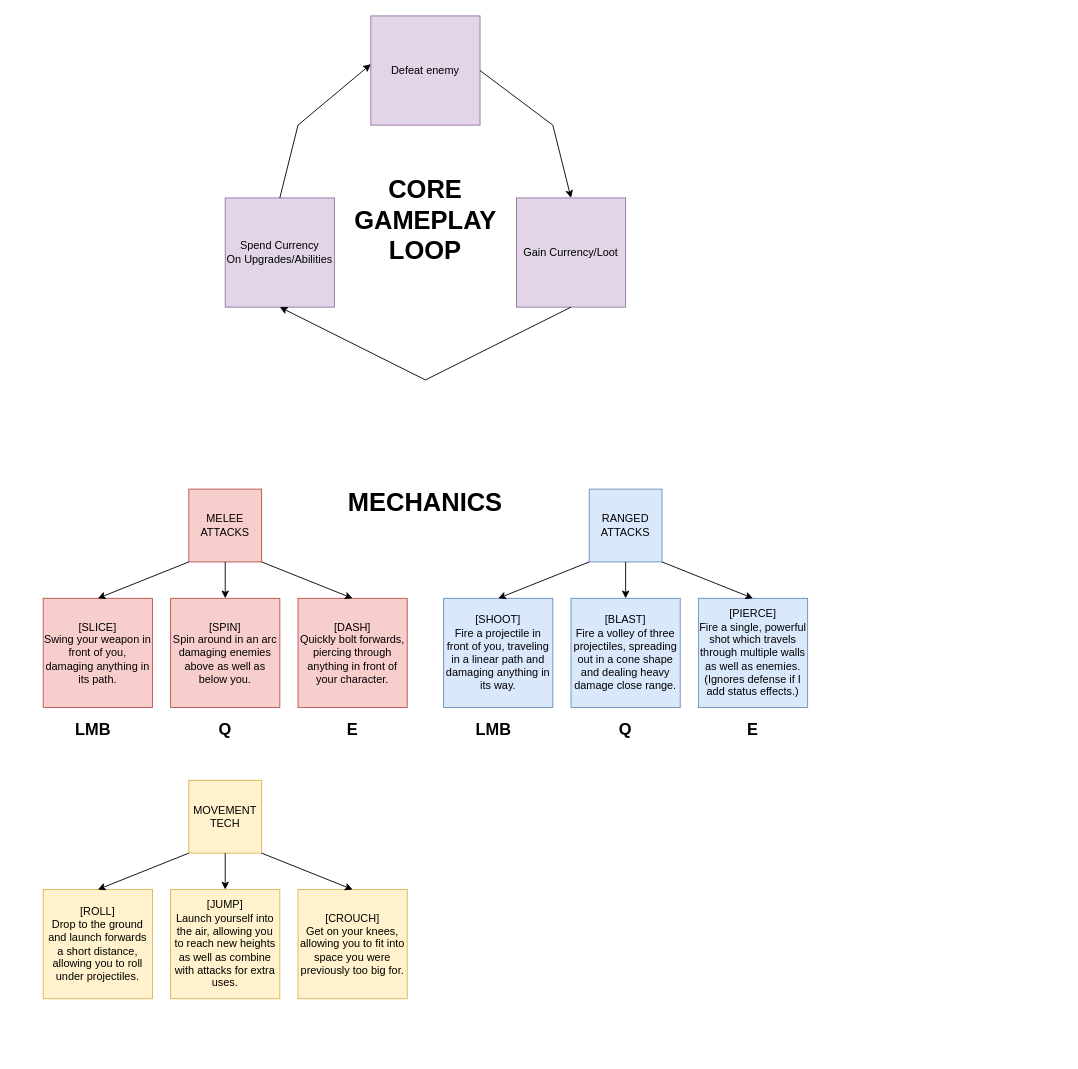
Earlier version of the draw.io diagram Gameplay.drawio (BenTGP2/OOP). Source tidied: cells renumbered, new cells numbered last; positions are measured from the earlier drawing's top-left corner, leaving out a move shared by most shapes. Both pictures are drawn from the tidied source at 91%, with x=0, y=0 at pixel (15, 15).
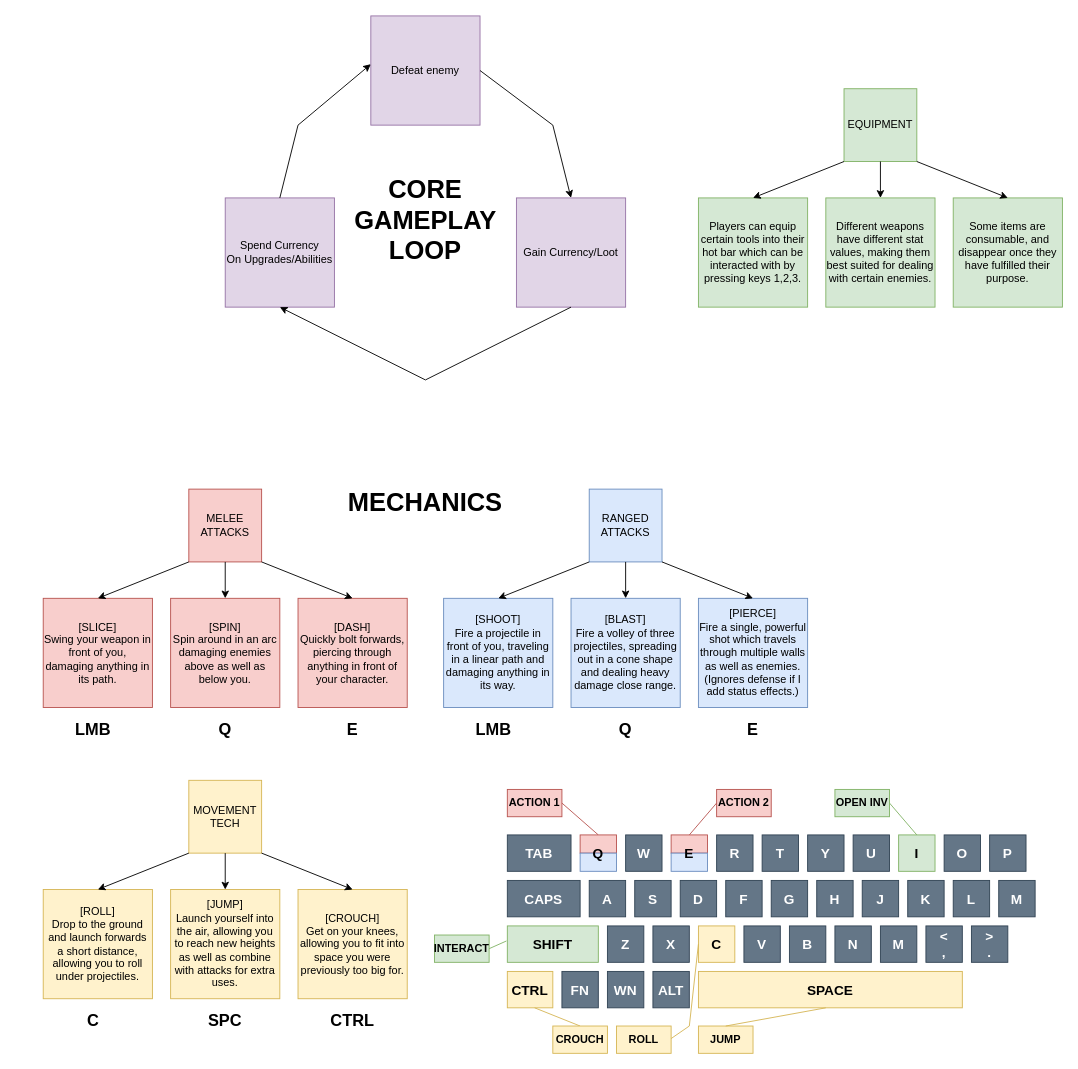
The same diagram, later.

What changed in the source:
```diff
@@
+    <mxCell id="37" value="EQUIPMENT" style="whiteSpace=wrap;html=1;fillColor=#d5e8d4;strokeColor=#82b366;" parent="1" vertex="1">
+      <mxGeometry x="910" y="80" width="80" height="80" as="geometry" />
+    </mxCell>
+    <mxCell id="38" value="Players can equip certain tools into their hot bar which can be interacted with by pressing keys 1,2,3." style="whiteSpace=wrap;html=1;fillColor=#d5e8d4;strokeColor=#82b366;" parent="1" vertex="1">
+      <mxGeometry x="750" y="200" width="120" height="120" as="geometry" />
+    </mxCell>
+    <mxCell id="39" style="endArrow=classic;html=1;rounded=0;exitX=0;exitY=1;exitDx=0;exitDy=0;entryX=0.5;entryY=0;entryDx=0;entryDy=0;" parent="1" edge="1" source="37" target="38">
+      <mxGeometry relative="1" as="geometry" />
+    </mxCell>
+    <mxCell id="40" value="Different weapons have different stat values, making them best suited for dealing with certain enemies." style="whiteSpace=wrap;html=1;fillColor=#d5e8d4;strokeColor=#82b366;" parent="1" vertex="1">
+      <mxGeometry x="890" y="200" width="120" height="120" as="geometry" />
+    </mxCell>
+    <mxCell id="41" value="Some items are consumable, and disappear once they have fulfilled their purpose." style="whiteSpace=wrap;html=1;fillColor=#d5e8d4;strokeColor=#82b366;" parent="1" vertex="1">
+      <mxGeometry x="1030" y="200" width="120" height="120" as="geometry" />
+    </mxCell>
+    <mxCell id="42" style="endArrow=classic;html=1;rounded=0;exitX=0.5;exitY=1;exitDx=0;exitDy=0;entryX=0.5;entryY=0;entryDx=0;entryDy=0;" parent="1" edge="1" source="37" target="40">
+      <mxGeometry relative="1" as="geometry" />
+    </mxCell>
+    <mxCell id="43" style="endArrow=classic;html=1;rounded=0;exitX=1;exitY=1;exitDx=0;exitDy=0;entryX=0.5;entryY=0;entryDx=0;entryDy=0;" parent="1" edge="1" source="37" target="41">
+      <mxGeometry relative="1" as="geometry" />
+    </mxCell>
+    <mxCell id="44" value="&lt;b&gt;&lt;font style=&quot;font-size: 18px;&quot;&gt;SPC&lt;/font&gt;&lt;/b&gt;" style="text;html=1;align=center;verticalAlign=middle;whiteSpace=wrap;rounded=0;" parent="1" vertex="1">
+      <mxGeometry x="155" y="1080" width="150" height="50" as="geometry" />
+    </mxCell>
+    <mxCell id="45" value="&lt;b&gt;&lt;font style=&quot;font-size: 18px;&quot;&gt;CTRL&lt;/font&gt;&lt;/b&gt;" style="text;html=1;align=center;verticalAlign=middle;whiteSpace=wrap;rounded=0;" parent="1" vertex="1">
+      <mxGeometry x="295" y="1080" width="150" height="50" as="geometry" />
+    </mxCell>
+    <mxCell id="46" value="&lt;b&gt;&lt;font style=&quot;font-size: 18px;&quot;&gt;C&lt;/font&gt;&lt;/b&gt;" style="text;html=1;align=center;verticalAlign=middle;whiteSpace=wrap;rounded=0;" parent="1" vertex="1">
+      <mxGeometry y="1080" width="170" height="50" as="geometry" />
+    </mxCell>
+    <mxCell id="47" value="&lt;font style=&quot;color: light-dark(rgb(255, 255, 255), rgb(237, 237, 237)); font-size: 15px;&quot;&gt;&lt;b style=&quot;&quot;&gt;W&lt;/b&gt;&lt;/font&gt;" style="rounded=0;whiteSpace=wrap;html=1;fillColor=#647687;fontColor=#ffffff;strokeColor=#314354;" parent="1" vertex="1">
+      <mxGeometry x="670" y="900" width="40" height="40" as="geometry" />
+    </mxCell>
+    <mxCell id="48" value="&lt;font style=&quot;color: light-dark(rgb(255, 255, 255), rgb(237, 237, 237)); font-size: 15px;&quot;&gt;&lt;b style=&quot;&quot;&gt;A&lt;/b&gt;&lt;/font&gt;" style="rounded=0;whiteSpace=wrap;html=1;fillColor=#647687;fontColor=#ffffff;strokeColor=#314354;" parent="1" vertex="1">
+      <mxGeometry x="630" y="950" width="40" height="40" as="geometry" />
+    </mxCell>
+    <mxCell id="49" value="&lt;font style=&quot;color: light-dark(rgb(255, 255, 255), rgb(237, 237, 237)); font-size: 15px;&quot;&gt;&lt;b style=&quot;&quot;&gt;S&lt;/b&gt;&lt;/font&gt;" style="rounded=0;whiteSpace=wrap;html=1;fillColor=#647687;fontColor=#ffffff;strokeColor=#314354;" parent="1" vertex="1">
+      <mxGeometry x="680" y="950" width="40" height="40" as="geometry" />
+    </mxCell>
+    <mxCell id="50" value="&lt;font style=&quot;color: light-dark(rgb(255, 255, 255), rgb(237, 237, 237)); font-size: 15px;&quot;&gt;&lt;b style=&quot;&quot;&gt;D&lt;/b&gt;&lt;/font&gt;" style="rounded=0;whiteSpace=wrap;html=1;fillColor=#647687;fontColor=#ffffff;strokeColor=#314354;" parent="1" vertex="1">
+      <mxGeometry x="730" y="950" width="40" height="40" as="geometry" />
+    </mxCell>
+    <mxCell id="51" value="&lt;font style=&quot;color: light-dark(rgb(255, 255, 255), rgb(237, 237, 237)); font-size: 15px;&quot;&gt;&lt;b style=&quot;&quot;&gt;Z&lt;/b&gt;&lt;/font&gt;" style="rounded=0;whiteSpace=wrap;html=1;fillColor=#647687;fontColor=#ffffff;strokeColor=#314354;" parent="1" vertex="1">
+      <mxGeometry x="650" y="1000" width="40" height="40" as="geometry" />
+    </mxCell>
+    <mxCell id="52" value="&lt;font style=&quot;color: light-dark(rgb(255, 255, 255), rgb(237, 237, 237)); font-size: 15px;&quot;&gt;&lt;b style=&quot;&quot;&gt;X&lt;/b&gt;&lt;/font&gt;" style="rounded=0;whiteSpace=wrap;html=1;fillColor=#647687;fontColor=#ffffff;strokeColor=#314354;" parent="1" vertex="1">
+      <mxGeometry x="700" y="1000" width="40" height="40" as="geometry" />
+    </mxCell>
+    <mxCell id="53" value="&lt;font style=&quot;font-size: 15px; color: light-dark(rgb(0, 0, 0), rgb(237, 237, 237));&quot;&gt;&lt;b style=&quot;&quot;&gt;C&lt;/b&gt;&lt;/font&gt;" style="rounded=0;whiteSpace=wrap;html=1;fillColor=#fff2cc;strokeColor=#d6b656;" parent="1" vertex="1">
+      <mxGeometry x="750" y="1000" width="40" height="40" as="geometry" />
+    </mxCell>
+    <mxCell id="54" value="&lt;span style=&quot;font-size: 15px;&quot;&gt;&lt;b&gt;SHIFT&lt;/b&gt;&lt;/span&gt;" style="rounded=0;whiteSpace=wrap;html=1;fillColor=#d5e8d4;strokeColor=#82b366;" parent="1" vertex="1">
+      <mxGeometry x="540" y="1000" width="100" height="40" as="geometry" />
+    </mxCell>
+    <mxCell id="55" value="&lt;font style=&quot;color: light-dark(rgb(255, 255, 255), rgb(237, 237, 237)); font-size: 15px;&quot;&gt;&lt;b style=&quot;&quot;&gt;CAPS&lt;/b&gt;&lt;/font&gt;" style="rounded=0;whiteSpace=wrap;html=1;fillColor=#647687;fontColor=#ffffff;strokeColor=#314354;" parent="1" vertex="1">
+      <mxGeometry x="540" y="950" width="80" height="40" as="geometry" />
+    </mxCell>
+    <mxCell id="56" value="&lt;font style=&quot;color: light-dark(rgb(255, 255, 255), rgb(237, 237, 237)); font-size: 15px;&quot;&gt;&lt;b style=&quot;&quot;&gt;TAB&lt;/b&gt;&lt;/font&gt;" style="rounded=0;whiteSpace=wrap;html=1;fillColor=#647687;fontColor=#ffffff;strokeColor=#314354;" parent="1" vertex="1">
+      <mxGeometry x="540" y="900" width="70" height="40" as="geometry" />
+    </mxCell>
+    <mxCell id="57" value="&lt;span style=&quot;font-size: 15px;&quot;&gt;&lt;b&gt;CTRL&lt;/b&gt;&lt;/span&gt;" style="rounded=0;whiteSpace=wrap;html=1;fillColor=#fff2cc;strokeColor=#d6b656;" parent="1" vertex="1">
+      <mxGeometry x="540" y="1050" width="50" height="40" as="geometry" />
+    </mxCell>
+    <mxCell id="58" value="&lt;span style=&quot;font-size: 15px;&quot;&gt;&lt;b&gt;FN&lt;/b&gt;&lt;/span&gt;" style="rounded=0;whiteSpace=wrap;html=1;fillColor=#647687;fontColor=#ffffff;strokeColor=#314354;" parent="1" vertex="1">
+      <mxGeometry x="600" y="1050" width="40" height="40" as="geometry" />
+    </mxCell>
+    <mxCell id="59" value="&lt;span style=&quot;font-size: 15px;&quot;&gt;&lt;b&gt;WN&lt;/b&gt;&lt;/span&gt;" style="rounded=0;whiteSpace=wrap;html=1;fillColor=#647687;fontColor=#ffffff;strokeColor=#314354;" parent="1" vertex="1">
+      <mxGeometry x="650" y="1050" width="40" height="40" as="geometry" />
+    </mxCell>
+    <mxCell id="60" value="&lt;span style=&quot;font-size: 15px;&quot;&gt;&lt;b&gt;ALT&lt;/b&gt;&lt;/span&gt;" style="rounded=0;whiteSpace=wrap;html=1;fillColor=#647687;fontColor=#ffffff;strokeColor=#314354;" parent="1" vertex="1">
+      <mxGeometry x="700" y="1050" width="40" height="40" as="geometry" />
+    </mxCell>
+    <mxCell id="61" value="&lt;span style=&quot;font-size: 15px;&quot;&gt;&lt;b&gt;SPACE&lt;/b&gt;&lt;/span&gt;" style="rounded=0;whiteSpace=wrap;html=1;fillColor=#fff2cc;strokeColor=#d6b656;" parent="1" vertex="1">
+      <mxGeometry x="750" y="1050" width="290" height="40" as="geometry" />
+    </mxCell>
+    <mxCell id="62" value="&lt;font style=&quot;color: light-dark(rgb(255, 255, 255), rgb(237, 237, 237)); font-size: 15px;&quot;&gt;&lt;b style=&quot;&quot;&gt;T&lt;/b&gt;&lt;/font&gt;" style="rounded=0;whiteSpace=wrap;html=1;fillColor=#647687;fontColor=#ffffff;strokeColor=#314354;" parent="1" vertex="1">
+      <mxGeometry x="820" y="900" width="40" height="40" as="geometry" />
+    </mxCell>
+    <mxCell id="63" value="&lt;font style=&quot;color: light-dark(rgb(255, 255, 255), rgb(237, 237, 237)); font-size: 15px;&quot;&gt;&lt;b style=&quot;&quot;&gt;F&lt;/b&gt;&lt;/font&gt;" style="rounded=0;whiteSpace=wrap;html=1;fillColor=#647687;fontColor=#ffffff;strokeColor=#314354;" parent="1" vertex="1">
+      <mxGeometry x="780" y="950" width="40" height="40" as="geometry" />
+    </mxCell>
+    <mxCell id="64" value="&lt;font style=&quot;color: light-dark(rgb(255, 255, 255), rgb(237, 237, 237)); font-size: 15px;&quot;&gt;&lt;b style=&quot;&quot;&gt;G&lt;/b&gt;&lt;/font&gt;" style="rounded=0;whiteSpace=wrap;html=1;fillColor=#647687;fontColor=#ffffff;strokeColor=#314354;" parent="1" vertex="1">
+      <mxGeometry x="830" y="950" width="40" height="40" as="geometry" />
+    </mxCell>
+    <mxCell id="65" value="&lt;font style=&quot;color: light-dark(rgb(255, 255, 255), rgb(237, 237, 237)); font-size: 15px;&quot;&gt;&lt;b style=&quot;&quot;&gt;H&lt;/b&gt;&lt;/font&gt;" style="rounded=0;whiteSpace=wrap;html=1;fillColor=#647687;fontColor=#ffffff;strokeColor=#314354;" parent="1" vertex="1">
+      <mxGeometry x="880" y="950" width="40" height="40" as="geometry" />
+    </mxCell>
+    <mxCell id="66" value="&lt;font style=&quot;color: light-dark(rgb(255, 255, 255), rgb(237, 237, 237)); font-size: 15px;&quot;&gt;&lt;b style=&quot;&quot;&gt;V&lt;/b&gt;&lt;/font&gt;" style="rounded=0;whiteSpace=wrap;html=1;fillColor=#647687;fontColor=#ffffff;strokeColor=#314354;" parent="1" vertex="1">
+      <mxGeometry x="800" y="1000" width="40" height="40" as="geometry" />
+    </mxCell>
+    <mxCell id="67" value="&lt;font style=&quot;color: light-dark(rgb(255, 255, 255), rgb(237, 237, 237)); font-size: 15px;&quot;&gt;&lt;b style=&quot;&quot;&gt;B&lt;/b&gt;&lt;/font&gt;" style="rounded=0;whiteSpace=wrap;html=1;fillColor=#647687;fontColor=#ffffff;strokeColor=#314354;" parent="1" vertex="1">
+      <mxGeometry x="850" y="1000" width="40" height="40" as="geometry" />
+    </mxCell>
+    <mxCell id="68" value="&lt;font style=&quot;color: light-dark(rgb(255, 255, 255), rgb(237, 237, 237)); font-size: 15px;&quot;&gt;&lt;b style=&quot;&quot;&gt;N&lt;/b&gt;&lt;/font&gt;" style="rounded=0;whiteSpace=wrap;html=1;fillColor=#647687;fontColor=#ffffff;strokeColor=#314354;" parent="1" vertex="1">
+      <mxGeometry x="900" y="1000" width="40" height="40" as="geometry" />
+    </mxCell>
+    <mxCell id="69" value="&lt;font style=&quot;font-size: 15px; color: light-dark(rgb(0, 0, 0), rgb(237, 237, 237));&quot;&gt;&lt;b style=&quot;&quot;&gt;I&lt;/b&gt;&lt;/font&gt;" style="rounded=0;whiteSpace=wrap;html=1;fillColor=#d5e8d4;strokeColor=#82b366;" parent="1" vertex="1">
+      <mxGeometry x="970" y="900" width="40" height="40" as="geometry" />
+    </mxCell>
+    <mxCell id="70" value="&lt;font style=&quot;color: light-dark(rgb(255, 255, 255), rgb(237, 237, 237)); font-size: 15px;&quot;&gt;&lt;b style=&quot;&quot;&gt;J&lt;/b&gt;&lt;/font&gt;" style="rounded=0;whiteSpace=wrap;html=1;fillColor=#647687;fontColor=#ffffff;strokeColor=#314354;" parent="1" vertex="1">
+      <mxGeometry x="930" y="950" width="40" height="40" as="geometry" />
+    </mxCell>
+    <mxCell id="71" value="&lt;font style=&quot;color: light-dark(rgb(255, 255, 255), rgb(237, 237, 237)); font-size: 15px;&quot;&gt;&lt;b style=&quot;&quot;&gt;K&lt;/b&gt;&lt;/font&gt;" style="rounded=0;whiteSpace=wrap;html=1;fillColor=#647687;fontColor=#ffffff;strokeColor=#314354;" parent="1" vertex="1">
+      <mxGeometry x="980" y="950" width="40" height="40" as="geometry" />
+    </mxCell>
+    <mxCell id="72" value="&lt;font style=&quot;color: light-dark(rgb(255, 255, 255), rgb(237, 237, 237)); font-size: 15px;&quot;&gt;&lt;b style=&quot;&quot;&gt;L&lt;/b&gt;&lt;/font&gt;" style="rounded=0;whiteSpace=wrap;html=1;fillColor=#647687;fontColor=#ffffff;strokeColor=#314354;" parent="1" vertex="1">
+      <mxGeometry x="1030" y="950" width="40" height="40" as="geometry" />
+    </mxCell>
+    <mxCell id="73" value="&lt;font style=&quot;color: light-dark(rgb(255, 255, 255), rgb(237, 237, 237)); font-size: 15px;&quot;&gt;&lt;b style=&quot;&quot;&gt;M&lt;/b&gt;&lt;/font&gt;" style="rounded=0;whiteSpace=wrap;html=1;fillColor=#647687;fontColor=#ffffff;strokeColor=#314354;" parent="1" vertex="1">
+      <mxGeometry x="950" y="1000" width="40" height="40" as="geometry" />
+    </mxCell>
+    <mxCell id="74" value="&lt;font style=&quot;color: light-dark(rgb(255, 255, 255), rgb(237, 237, 237)); font-size: 15px;&quot;&gt;&lt;b style=&quot;&quot;&gt;R&lt;/b&gt;&lt;/font&gt;" style="rounded=0;whiteSpace=wrap;html=1;fillColor=#647687;fontColor=#ffffff;strokeColor=#314354;" parent="1" vertex="1">
+      <mxGeometry x="770" y="900" width="40" height="40" as="geometry" />
+    </mxCell>
+    <mxCell id="75" value="&lt;font style=&quot;color: light-dark(rgb(255, 255, 255), rgb(237, 237, 237)); font-size: 15px;&quot;&gt;&lt;b style=&quot;&quot;&gt;Y&lt;/b&gt;&lt;/font&gt;" style="rounded=0;whiteSpace=wrap;html=1;fillColor=#647687;fontColor=#ffffff;strokeColor=#314354;" parent="1" vertex="1">
+      <mxGeometry x="870" y="900" width="40" height="40" as="geometry" />
+    </mxCell>
+    <mxCell id="76" value="&lt;font style=&quot;color: light-dark(rgb(255, 255, 255), rgb(237, 237, 237)); font-size: 15px;&quot;&gt;&lt;b style=&quot;&quot;&gt;U&lt;/b&gt;&lt;/font&gt;" style="rounded=0;whiteSpace=wrap;html=1;fillColor=#647687;fontColor=#ffffff;strokeColor=#314354;" parent="1" vertex="1">
+      <mxGeometry x="920" y="900" width="40" height="40" as="geometry" />
+    </mxCell>
+    <mxCell id="77" value="&lt;font style=&quot;color: light-dark(rgb(255, 255, 255), rgb(237, 237, 237)); font-size: 15px;&quot;&gt;&lt;b style=&quot;&quot;&gt;O&lt;/b&gt;&lt;/font&gt;" style="rounded=0;whiteSpace=wrap;html=1;fillColor=#647687;fontColor=#ffffff;strokeColor=#314354;" parent="1" vertex="1">
+      <mxGeometry x="1020" y="900" width="40" height="40" as="geometry" />
+    </mxCell>
+    <mxCell id="78" value="&lt;font style=&quot;color: light-dark(rgb(255, 255, 255), rgb(237, 237, 237)); font-size: 15px;&quot;&gt;&lt;b style=&quot;&quot;&gt;P&lt;/b&gt;&lt;/font&gt;" style="rounded=0;whiteSpace=wrap;html=1;fillColor=#647687;fontColor=#ffffff;strokeColor=#314354;" parent="1" vertex="1">
+      <mxGeometry x="1070" y="900" width="40" height="40" as="geometry" />
+    </mxCell>
+    <mxCell id="79" value="&lt;span style=&quot;font-size: 15px;&quot;&gt;&lt;b&gt;&amp;lt;&lt;/b&gt;&lt;/span&gt;&lt;div&gt;&lt;span style=&quot;font-size: 15px;&quot;&gt;&lt;b&gt;,&lt;/b&gt;&lt;/span&gt;&lt;/div&gt;" style="rounded=0;whiteSpace=wrap;html=1;fillColor=#647687;fontColor=#ffffff;strokeColor=#314354;" parent="1" vertex="1">
+      <mxGeometry x="1000" y="1000" width="40" height="40" as="geometry" />
+    </mxCell>
+    <mxCell id="80" value="&lt;font style=&quot;color: light-dark(rgb(255, 255, 255), rgb(237, 237, 237)); font-size: 15px;&quot;&gt;&lt;b style=&quot;&quot;&gt;&amp;gt;&lt;/b&gt;&lt;/font&gt;&lt;div&gt;&lt;font style=&quot;color: light-dark(rgb(255, 255, 255), rgb(237, 237, 237)); font-size: 15px;&quot;&gt;&lt;b style=&quot;&quot;&gt;.&lt;/b&gt;&lt;/font&gt;&lt;/div&gt;" style="rounded=0;whiteSpace=wrap;html=1;fillColor=#647687;fontColor=#ffffff;strokeColor=#314354;" parent="1" vertex="1">
+      <mxGeometry x="1050" y="1000" width="40" height="40" as="geometry" />
+    </mxCell>
+    <mxCell id="81" value="&lt;font style=&quot;color: light-dark(rgb(255, 255, 255), rgb(237, 237, 237)); font-size: 15px;&quot;&gt;&lt;b style=&quot;&quot;&gt;M&lt;/b&gt;&lt;/font&gt;" style="rounded=0;whiteSpace=wrap;html=1;fillColor=#647687;fontColor=#ffffff;strokeColor=#314354;" parent="1" vertex="1">
+      <mxGeometry x="1080" y="950" width="40" height="40" as="geometry" />
+    </mxCell>
+    <mxCell id="82" value="&lt;font style=&quot;color: rgb(0, 0, 0);&quot;&gt;&lt;b style=&quot;&quot;&gt;ACTION 1&lt;/b&gt;&lt;/font&gt;" style="text;html=1;align=center;verticalAlign=middle;whiteSpace=wrap;rounded=0;fillColor=#f8cecc;strokeColor=#b85450;" parent="1" vertex="1">
+      <mxGeometry x="540" y="850" width="60" height="30" as="geometry" />
+    </mxCell>
+    <mxCell id="83" value="&lt;font style=&quot;color: rgb(0, 0, 0);&quot;&gt;&lt;b style=&quot;&quot;&gt;ACTION 2&lt;/b&gt;&lt;/font&gt;" style="text;html=1;align=center;verticalAlign=middle;whiteSpace=wrap;rounded=0;fillColor=#f8cecc;strokeColor=#b85450;" parent="1" vertex="1">
+      <mxGeometry x="770" y="850" width="60" height="30" as="geometry" />
+    </mxCell>
+    <mxCell id="84" style="endArrow=none;html=1;rounded=0;entryX=0;entryY=0.5;entryDx=0;entryDy=0;fillColor=#f8cecc;strokeColor=#b85450;" parent="1" edge="1" target="83">
+      <mxGeometry relative="1" as="geometry">
+        <mxPoint x="740" y="900" as="sourcePoint" />
+      </mxGeometry>
+    </mxCell>
+    <mxCell id="85" style="endArrow=none;html=1;rounded=0;entryX=1;entryY=0.5;entryDx=0;entryDy=0;fillColor=#f8cecc;strokeColor=#b85450;" parent="1" edge="1" target="82">
+      <mxGeometry relative="1" as="geometry">
+        <mxPoint x="640" y="900" as="sourcePoint" />
+      </mxGeometry>
+    </mxCell>
+    <mxCell id="86" style="endArrow=none;html=1;rounded=0;entryX=0;entryY=0.5;entryDx=0;entryDy=0;fillColor=#fff2cc;strokeColor=#d6b656;exitX=0.953;exitY=0.524;exitDx=0;exitDy=0;exitPerimeter=0;" parent="1" edge="1" source="87" target="53">
+      <mxGeometry relative="1" as="geometry">
+        <Array as="points">
+          <mxPoint x="740" y="1110" />
+        </Array>
+      </mxGeometry>
+    </mxCell>
+    <mxCell id="87" value="&lt;font style=&quot;color: rgb(0, 0, 0);&quot;&gt;&lt;b style=&quot;&quot;&gt;ROLL&lt;/b&gt;&lt;/font&gt;" style="text;html=1;align=center;verticalAlign=middle;whiteSpace=wrap;rounded=0;fillColor=#fff2cc;strokeColor=#d6b656;" parent="1" vertex="1">
+      <mxGeometry x="660" y="1110" width="60" height="30" as="geometry" />
+    </mxCell>
+    <mxCell id="88" value="&lt;b&gt;JUMP&lt;/b&gt;" style="text;html=1;align=center;verticalAlign=middle;whiteSpace=wrap;rounded=0;fillColor=#fff2cc;strokeColor=#d6b656;" parent="1" vertex="1">
+      <mxGeometry x="750" y="1110" width="60" height="30" as="geometry" />
+    </mxCell>
+    <mxCell id="89" style="endArrow=none;html=1;rounded=0;exitX=0.5;exitY=0;exitDx=0;exitDy=0;fillColor=#fff2cc;strokeColor=#d6b656;" parent="1" edge="1" source="88">
+      <mxGeometry relative="1" as="geometry">
+        <mxPoint x="890" y="1090" as="targetPoint" />
+      </mxGeometry>
+    </mxCell>
+    <mxCell id="90" style="endArrow=none;html=1;rounded=0;exitX=0.5;exitY=0;exitDx=0;exitDy=0;fillColor=#fff2cc;strokeColor=#d6b656;" parent="1" edge="1" source="91">
+      <mxGeometry relative="1" as="geometry">
+        <mxPoint x="570" y="1090" as="targetPoint" />
+      </mxGeometry>
+    </mxCell>
+    <mxCell id="91" value="&lt;b&gt;CROUCH&lt;/b&gt;" style="text;html=1;align=center;verticalAlign=middle;whiteSpace=wrap;rounded=0;fillColor=#fff2cc;strokeColor=#d6b656;" parent="1" vertex="1">
+      <mxGeometry x="590" y="1110" width="60" height="30" as="geometry" />
+    </mxCell>
+    <mxCell id="92" style="endArrow=none;html=1;rounded=0;entryX=1;entryY=0.5;entryDx=0;entryDy=0;fillColor=#d5e8d4;strokeColor=#82b366;" parent="1" edge="1" target="93">
+      <mxGeometry relative="1" as="geometry">
+        <mxPoint x="990" y="900" as="sourcePoint" />
+      </mxGeometry>
+    </mxCell>
+    <mxCell id="93" value="&lt;font style=&quot;color: rgb(0, 0, 0);&quot;&gt;&lt;b style=&quot;&quot;&gt;OPEN INV&lt;/b&gt;&lt;/font&gt;" style="text;html=1;align=center;verticalAlign=middle;whiteSpace=wrap;rounded=0;fillColor=#d5e8d4;strokeColor=#82b366;" parent="1" vertex="1">
+      <mxGeometry x="900" y="850" width="60" height="30" as="geometry" />
+    </mxCell>
+    <mxCell id="94" value="&lt;b&gt;INTERACT&lt;/b&gt;" style="text;html=1;align=center;verticalAlign=middle;whiteSpace=wrap;rounded=0;fillColor=#d5e8d4;strokeColor=#82b366;" parent="1" vertex="1">
+      <mxGeometry x="460" y="1010" width="60" height="30" as="geometry" />
+    </mxCell>
+    <mxCell id="95" style="endArrow=none;html=1;rounded=0;entryX=-0.01;entryY=0.414;entryDx=0;entryDy=0;entryPerimeter=0;exitX=1;exitY=0.5;exitDx=0;exitDy=0;fillColor=#d5e8d4;strokeColor=#82b366;" parent="1" edge="1" source="94" target="54">
+      <mxGeometry relative="1" as="geometry" />
+    </mxCell>
+    <mxCell id="96" style="rounded=0;whiteSpace=wrap;html=1;fillColor=#f8cecc;strokeColor=#b85450;" parent="1" vertex="1">
+      <mxGeometry x="620" y="900" width="40" height="20" as="geometry" />
+    </mxCell>
+    <mxCell id="97" style="rounded=0;whiteSpace=wrap;html=1;fillColor=#f8cecc;strokeColor=#b85450;" parent="1" vertex="1">
+      <mxGeometry x="720" y="900" width="40" height="20" as="geometry" />
+    </mxCell>
+    <mxCell id="98" style="rounded=0;whiteSpace=wrap;html=1;fillColor=#dae8fc;strokeColor=#6c8ebf;" parent="1" vertex="1">
+      <mxGeometry x="720" y="920" width="40" height="20" as="geometry" />
+    </mxCell>
+    <mxCell id="99" style="rounded=0;whiteSpace=wrap;html=1;fillColor=#dae8fc;strokeColor=#6c8ebf;" parent="1" vertex="1">
+      <mxGeometry x="620" y="920" width="40" height="20" as="geometry" />
+    </mxCell>
+    <mxCell id="100" value="&lt;span style=&quot;font-size: 15px;&quot;&gt;&lt;b&gt;Q&lt;/b&gt;&lt;/span&gt;" style="text;html=1;align=center;verticalAlign=middle;whiteSpace=wrap;rounded=0;" parent="1" vertex="1">
+      <mxGeometry x="620" y="900" width="40" height="40" as="geometry" />
+    </mxCell>
+    <mxCell id="101" value="&lt;span style=&quot;font-size: 15px;&quot;&gt;&lt;b&gt;E&lt;/b&gt;&lt;/span&gt;" style="text;html=1;align=center;verticalAlign=middle;whiteSpace=wrap;rounded=0;" parent="1" vertex="1">
+      <mxGeometry x="720" y="900" width="40" height="40" as="geometry" />
+    </mxCell>
```
